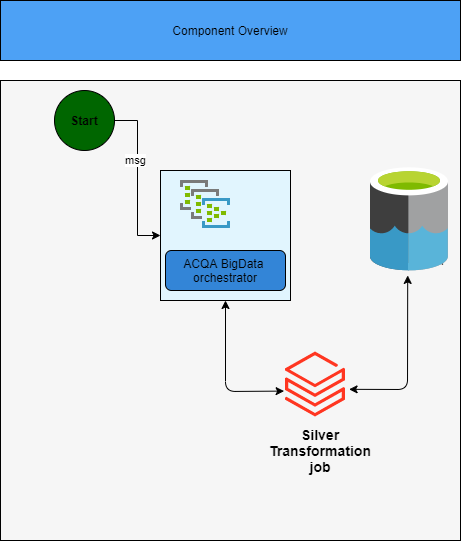
Before: proposal_1.png, a diagram exported from draw.io (mdfarooqii/farooq_demo_project). Source tidied: cells renumbered, new cells last; positions are measured from the earlier drawing's top-left corner, leaving out a move shared by most shapes.
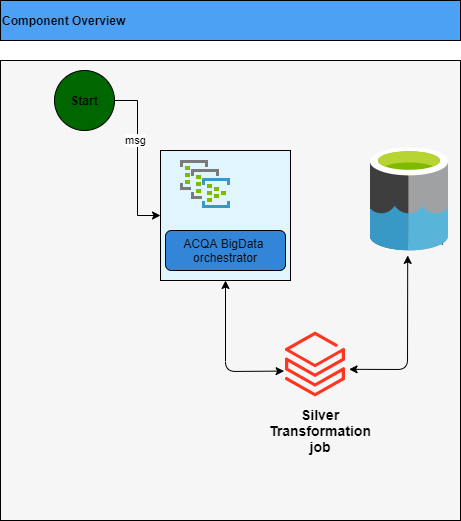
After the change.

The edit, as a diff of the source:
```diff
@@ -54,8 +54,8 @@
     <mxCell id="15" style="html=1;points=[];align=center;image;fontSize=12;image=img/lib/mscae/Data_Lake.svg;fillColor=#e1f5fe;" parent="1" vertex="1">
       <mxGeometry x="370" y="167.4" width="78" height="102.6" as="geometry" />
     </mxCell>
-    <mxCell id="16" value="Component Overview" style="rounded=0;whiteSpace=wrap;html=1;fillColor=#4da1f5;" parent="1" vertex="1">
-      <mxGeometry width="460" height="60" as="geometry" />
+    <mxCell id="16" value="&lt;b&gt;Component Overview&lt;/b&gt;" style="rounded=0;whiteSpace=wrap;html=1;fillColor=#4da1f5;align=left;" parent="1" vertex="1">
+      <mxGeometry y="20" width="460" height="40" as="geometry" />
     </mxCell>
   </root>
 </mxGraphModel>
```
